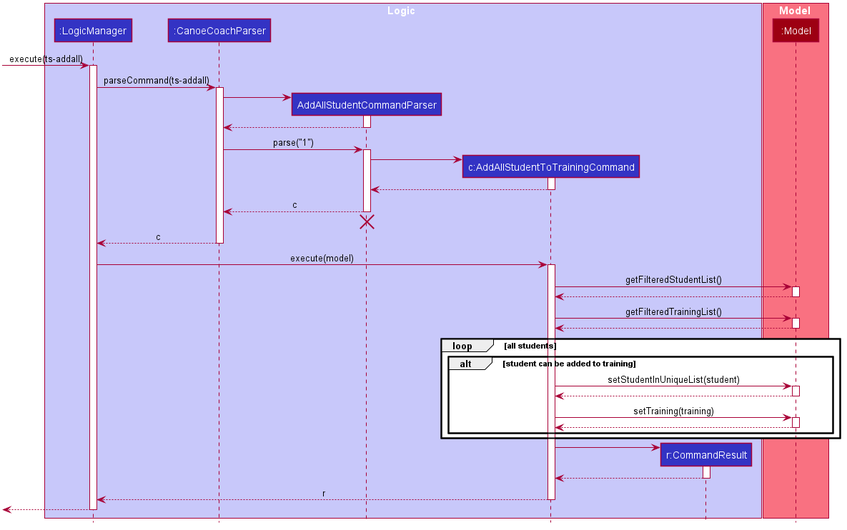
Above: docs/images/AddAllStudentToTrainingSequenceDiagram.png in sudogene/tp (PlantUML), before the change. Source of this version:
```plantuml
@startuml








skinparam BackgroundColor #FFFFFFF

skinparam Shadowing false

skinparam Class {
    FontColor #FFFFFF
    BorderThickness 1
    BorderColor #FFFFFF
    StereotypeFontColor #FFFFFF
    FontName Arial
}

skinparam Actor {
    BorderColor #000000
    Color #000000
    FontName Arial
}

skinparam Sequence {
    MessageAlign center
    BoxFontSize 15
    BoxPadding 0
    BoxFontColor #FFFFFF
    FontName Arial
}

skinparam Participant {
    FontColor #FFFFFFF
    Padding 20
}

skinparam MinClassWidth 50
skinparam ParticipantPadding 10
skinparam Shadowing false
skinparam DefaultTextAlignment center
skinparam packageStyle Rectangle

hide footbox
hide members
hide circle

box Logic #C8C8FA
participant ":LogicManager" as LogicManager #3333C4
participant ":CanoeCoachParser" as CanoeCoachParser #3333C4
participant "AddAllStudentCommandParser" as AddAllStudentCommandParser #3333C4
participant "c:AddAllStudentToTrainingCommand" as AddAllStudentToTrainingCommand #3333C4
participant "r:CommandResult" as CommandResult #3333C4
end box

box Model #F97181
participant ":Model" as Model #9D0012
end box

[-> LogicManager : execute(ts-addall)
activate LogicManager

LogicManager -> CanoeCoachParser : parseCommand(ts-addall)
activate CanoeCoachParser

create AddAllStudentCommandParser
CanoeCoachParser -> AddAllStudentCommandParser
activate AddAllStudentCommandParser

AddAllStudentCommandParser --> CanoeCoachParser
deactivate AddAllStudentCommandParser

CanoeCoachParser -> AddAllStudentCommandParser : parse("1")
activate AddAllStudentCommandParser

create AddAllStudentToTrainingCommand
AddAllStudentCommandParser -> AddAllStudentToTrainingCommand
activate AddAllStudentToTrainingCommand

AddAllStudentToTrainingCommand --> AddAllStudentCommandParser
deactivate AddAllStudentToTrainingCommand

AddAllStudentCommandParser --> CanoeCoachParser : c
deactivate AddAllStudentCommandParser
AddAllStudentCommandParser -[hidden]-> CanoeCoachParser
destroy AddAllStudentCommandParser

CanoeCoachParser --> LogicManager : c
deactivate CanoeCoachParser

LogicManager -> AddAllStudentToTrainingCommand : execute(model)
activate AddAllStudentToTrainingCommand

AddAllStudentToTrainingCommand -> Model : getFilteredStudentList()
activate Model
Model --> AddAllStudentToTrainingCommand
deactivate Model

AddAllStudentToTrainingCommand -> Model : getFilteredTrainingList()
activate Model
Model --> AddAllStudentToTrainingCommand
deactivate Model

loop all students
    alt student can be added to training
        AddAllStudentToTrainingCommand -> Model : setStudentInUniqueList(student)
        activate Model
        Model --> AddAllStudentToTrainingCommand
        deactivate Model
    AddAllStudentToTrainingCommand -> Model : setTraining(training)
    activate Model
    Model --> AddAllStudentToTrainingCommand
    deactivate Model
    end
end

create CommandResult
AddAllStudentToTrainingCommand -> CommandResult
activate CommandResult

CommandResult --> AddAllStudentToTrainingCommand
deactivate CommandResult

AddAllStudentToTrainingCommand--> LogicManager : r
deactivate AddAllStudentToTrainingCommand

[<--LogicManager
deactivate LogicManager
@enduml
```
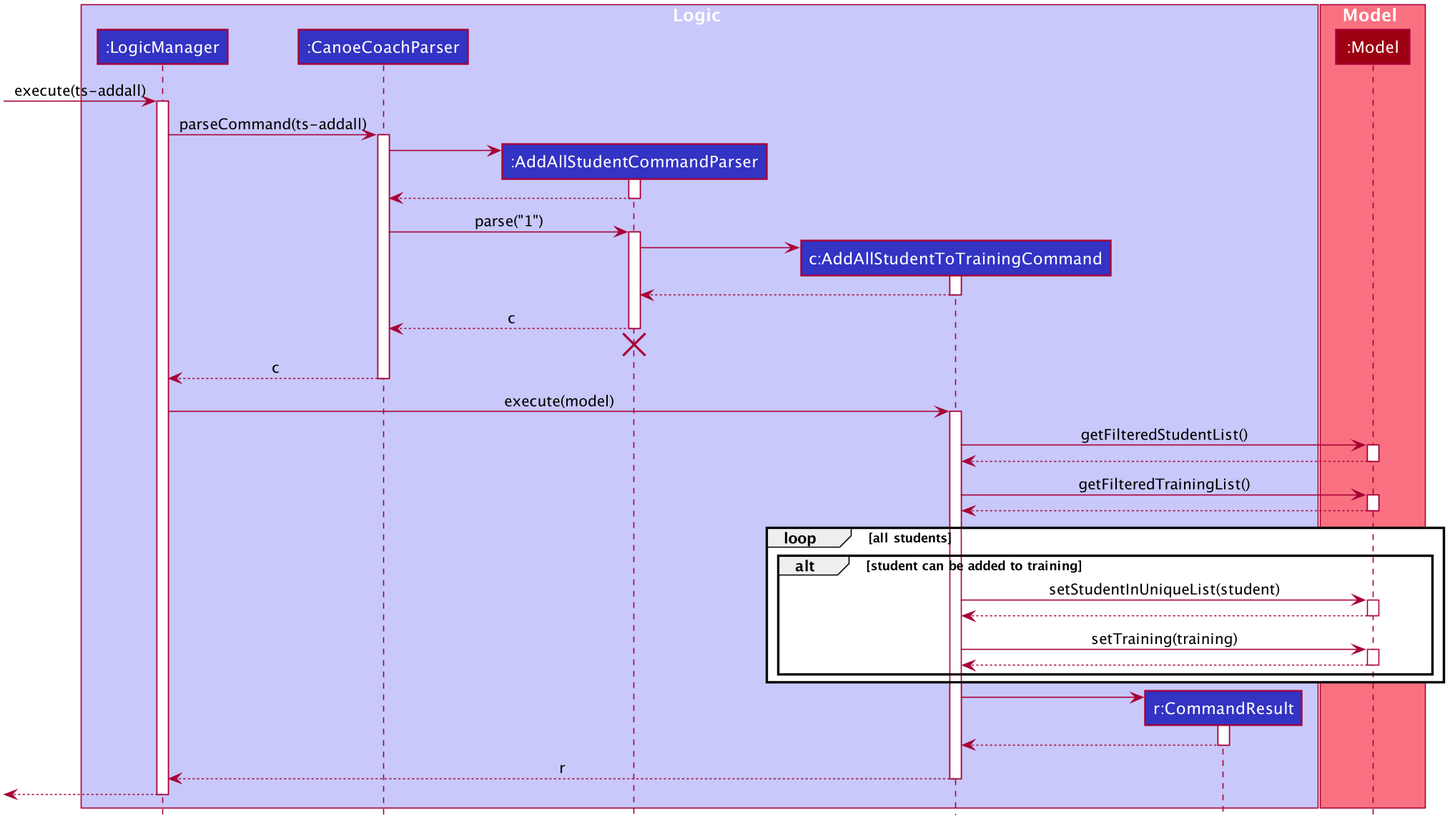
Later version of the same file.

Commit message:
update sequence diagram png file for ts-addall feature

Change to the diagram source:
```diff
@@ -51,7 +51,7 @@
 box Logic #C8C8FA
 participant ":LogicManager" as LogicManager #3333C4
 participant ":CanoeCoachParser" as CanoeCoachParser #3333C4
-participant "AddAllStudentCommandParser" as AddAllStudentCommandParser #3333C4
+participant ":AddAllStudentCommandParser" as AddAllStudentCommandParser #3333C4
 participant "c:AddAllStudentToTrainingCommand" as AddAllStudentToTrainingCommand #3333C4
 participant "r:CommandResult" as CommandResult #3333C4
 end box
```
